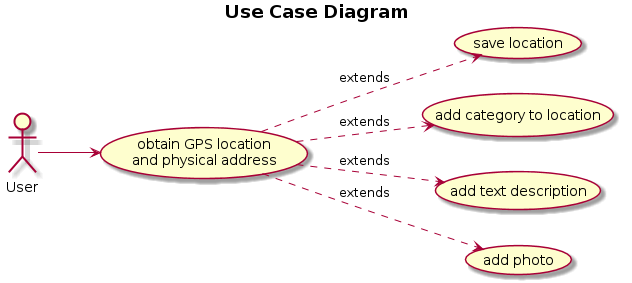
The PlantUML diagram UML/Diagrams/use_case.png in jpcarreira/MyLocations, before a commit. Its diagram source:
```plantuml
@startuml
title <b>Use Case Diagram</b>
left to right direction
User --> (obtain GPS location \nand physical address)
(obtain GPS location \nand physical address) ..> (save location) : extends
(obtain GPS location \nand physical address) ..> (add category to location) : extends
(obtain GPS location \nand physical address) ..> (add text description) : extends
(obtain GPS location \nand physical address) ..> (add photo) : extends
@enduml
```
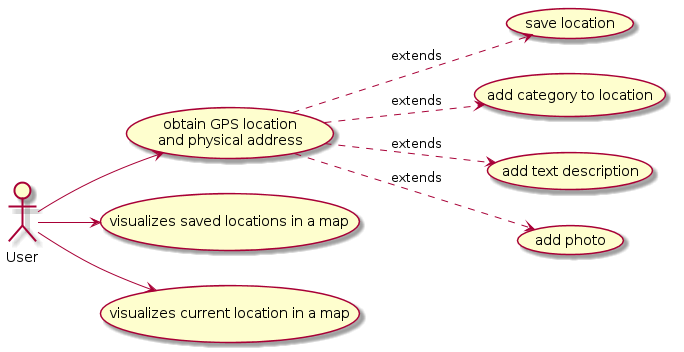
After the change.

Commit message:
updated use case diagram

The edit, as a diff of the source:
```diff
@@ -1,7 +1,8 @@
 @startuml
-title <b>Use Case Diagram</b>
 left to right direction
 User --> (obtain GPS location \nand physical address)
+User --> (visualizes saved locations in a map)
+User --> (visualizes current location in a map)
 (obtain GPS location \nand physical address) ..> (save location) : extends
 (obtain GPS location \nand physical address) ..> (add category to location) : extends
 (obtain GPS location \nand physical address) ..> (add text description) : extends
```
